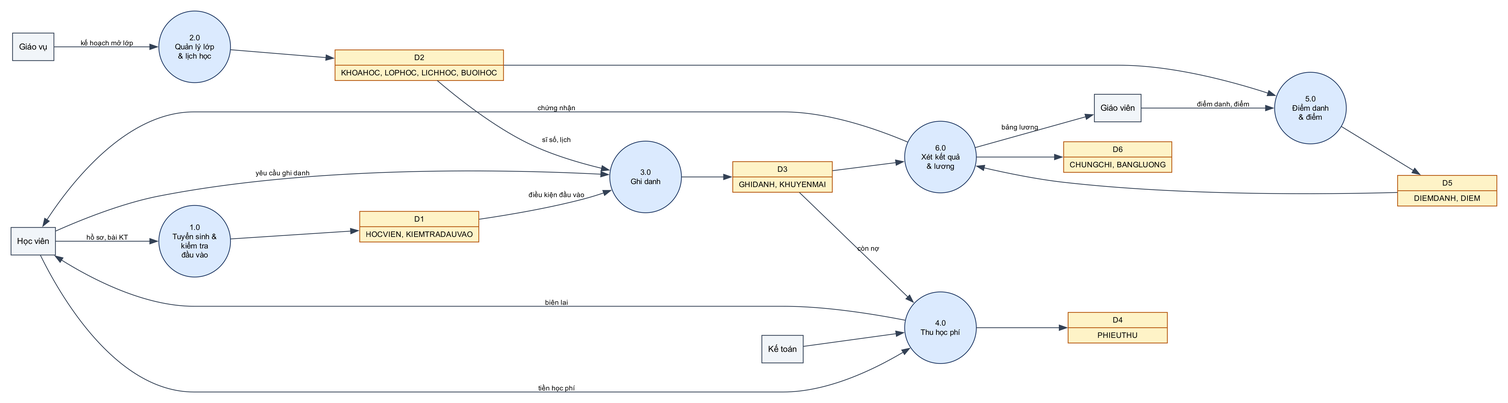
The Graphviz diagram docs/report/images/diagrams/dfd_muc1.png in nhutruong-uit/imcp, before a commit. Its source is kept beside it as docs/report/diagrams/dfd_muc1.dot. Source of this version:
```dot
digraph DFD1 {
  graph [rankdir=LR, fontname="Arial", dpi=220, pad=0.2, nodesep=0.35, ranksep=0.9];
  node  [fontname="Arial", fontsize=11];
  edge  [fontname="Arial", fontsize=9, color="#334155"];
  node [shape=box, style=filled, fillcolor="#F1F5F9", color="#334155"];
  HV [label="Học viên"]; GV [label="Giáo viên"]; NV [label="Giáo vụ"]; KTO [label="Kế toán"];
  node [shape=circle, style=filled, fillcolor="#DBEAFE", color="#1F3864", width=1.3, fixedsize=true, fontsize=10];
  P1 [label="1.0\nTuyển sinh &\nkiểm tra\nđầu vào"]; P2 [label="2.0\nQuản lý lớp\n& lịch học"]; P3 [label="3.0\nGhi danh"];
  P4 [label="4.0\nThu học phí"]; P5 [label="5.0\nĐiểm danh\n& điểm"]; P6 [label="6.0\nXét kết quả\n& lương"];
  node [shape=record, style=filled, fillcolor="#FEF3C7", color="#B45309", fixedsize=false, width=1.8, fontsize=10];
  D1 [label="D1 | HOCVIEN, KIEMTRADAUVAO"]; D2 [label="D2 | KHOAHOC, LOPHOC, LICHHOC, BUOIHOC"]; D3 [label="D3 | GHIDANH, KHUYENMAI"];
  D4 [label="D4 | PHIEUTHU"]; D5 [label="D5 | DIEMDANH, DIEM"]; D6 [label="D6 | CHUNGCHI, BANGLUONG"];
  HV -> P1 [label="hồ sơ, bài KT"]; P1 -> D1; NV -> P2 [label="kế hoạch mở lớp"]; P2 -> D2;
  HV -> P3 [label="yêu cầu ghi danh"]; D1 -> P3 [label="điều kiện đầu vào"]; D2 -> P3 [label="sĩ số, lịch"]; P3 -> D3;
  HV -> P4 [label="tiền học phí"]; D3 -> P4 [label="còn nợ"]; P4 -> D4; P4 -> HV [label="biên lai"]; KTO -> P4;
  GV -> P5 [label="điểm danh, điểm"]; D2 -> P5; P5 -> D5;
  D5 -> P6; D3 -> P6; P6 -> D6; P6 -> HV [label="chứng nhận"]; P6 -> GV [label="bảng lương"];
}
```
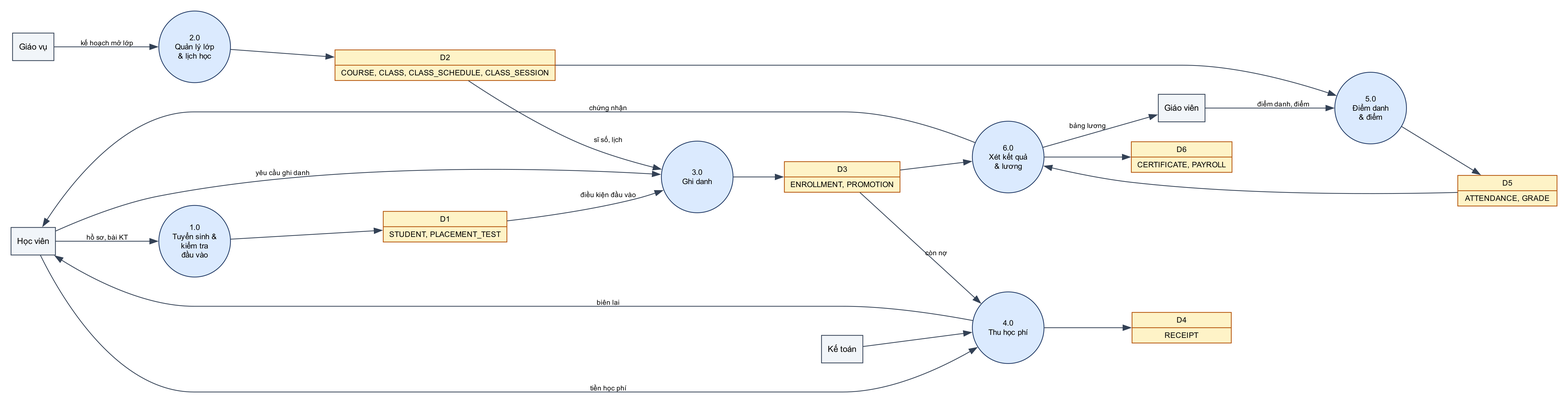
The same diagram one commit later.

What changed in the source:
```diff
@@ -8,8 +8,8 @@
   P1 [label="1.0\nTuyển sinh &\nkiểm tra\nđầu vào"]; P2 [label="2.0\nQuản lý lớp\n& lịch học"]; P3 [label="3.0\nGhi danh"];
   P4 [label="4.0\nThu học phí"]; P5 [label="5.0\nĐiểm danh\n& điểm"]; P6 [label="6.0\nXét kết quả\n& lương"];
   node [shape=record, style=filled, fillcolor="#FEF3C7", color="#B45309", fixedsize=false, width=1.8, fontsize=10];
-  D1 [label="D1 | HOCVIEN, KIEMTRADAUVAO"]; D2 [label="D2 | KHOAHOC, LOPHOC, LICHHOC, BUOIHOC"]; D3 [label="D3 | GHIDANH, KHUYENMAI"];
-  D4 [label="D4 | PHIEUTHU"]; D5 [label="D5 | DIEMDANH, DIEM"]; D6 [label="D6 | CHUNGCHI, BANGLUONG"];
+  D1 [label="D1 | STUDENT, PLACEMENT_TEST"]; D2 [label="D2 | COURSE, CLASS, CLASS_SCHEDULE, CLASS_SESSION"]; D3 [label="D3 | ENROLLMENT, PROMOTION"];
+  D4 [label="D4 | RECEIPT"]; D5 [label="D5 | ATTENDANCE, GRADE"]; D6 [label="D6 | CERTIFICATE, PAYROLL"];
   HV -> P1 [label="hồ sơ, bài KT"]; P1 -> D1; NV -> P2 [label="kế hoạch mở lớp"]; P2 -> D2;
   HV -> P3 [label="yêu cầu ghi danh"]; D1 -> P3 [label="điều kiện đầu vào"]; D2 -> P3 [label="sĩ số, lịch"]; P3 -> D3;
   HV -> P4 [label="tiền học phí"]; D3 -> P4 [label="còn nợ"]; P4 -> D4; P4 -> HV [label="biên lai"]; KTO -> P4;
```
